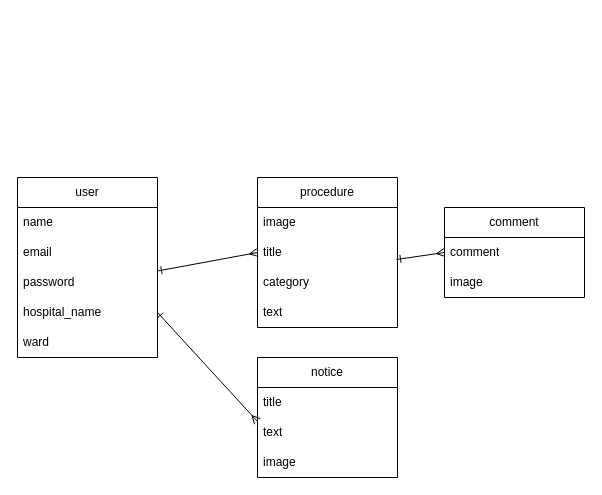
Above: ER.dio in ooooeaa/originalapp (draw.io), before the change. Source tidied: cells renumbered, new cells numbered last; positions are measured from the earlier drawing's top-left corner, leaving out a move shared by most shapes. Both pictures are drawn from the tidied source at 100%, with x=0, y=0 at pixel (17, 177).
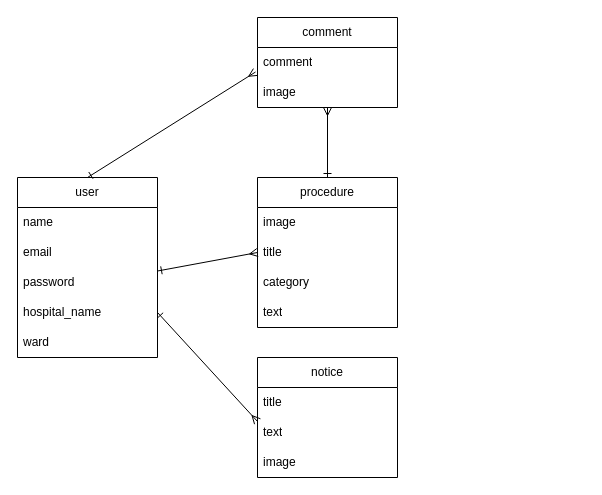
The same diagram, later.

Unchanged cells that the change refers to:
```xml
<mxCell id="2" value="user" style="swimlane;fontStyle=0;horizontal=1;startSize=30;whiteSpace=wrap;html=1;" parent="1" vertex="1">
  <mxGeometry width="140" height="180" as="geometry" />
</mxCell>
<mxCell id="8" value="procedure" style="swimlane;fontStyle=0;horizontal=1;startSize=30;whiteSpace=wrap;html=1;" parent="1" vertex="1">
  <mxGeometry x="240" width="140" height="150" as="geometry" />
</mxCell>
<mxCell id="10" value="title" style="text;strokeColor=none;fillColor=none;align=left;verticalAlign=middle;spacingLeft=4;spacingRight=4;overflow=hidden;points=[[0,0.5],[1,0.5]];portConstraint=eastwest;whiteSpace=wrap;html=1;" parent="8" vertex="1">
  <mxGeometry y="60" width="140" height="30" as="geometry" />
</mxCell>
<mxCell id="18" value="comment" style="text;strokeColor=none;fillColor=none;align=left;verticalAlign=middle;spacingLeft=4;spacingRight=4;overflow=hidden;points=[[0,0.5],[1,0.5]];portConstraint=eastwest;whiteSpace=wrap;html=1;" parent="17" vertex="1">
  <mxGeometry y="30" width="140" height="30" as="geometry" />
</mxCell>
<mxCell id="19" value="image" style="text;strokeColor=none;fillColor=none;align=left;verticalAlign=middle;spacingLeft=4;spacingRight=4;overflow=hidden;points=[[0,0.5],[1,0.5]];portConstraint=eastwest;whiteSpace=wrap;html=1;" parent="17" vertex="1">
  <mxGeometry y="60" width="140" height="30" as="geometry" />
</mxCell>
```

Diff of the diagram source:
```diff
@@
     <mxCell id="17" value="comment" style="swimlane;fontStyle=0;horizontal=1;startSize=30;whiteSpace=wrap;html=1;" parent="1" vertex="1">
-      <mxGeometry x="427" y="30" width="140" height="90" as="geometry" />
+      <mxGeometry x="240" y="-160" width="140" height="90" as="geometry" />
     </mxCell>
@@
-    <mxCell id="20" style="endArrow=ERmany;html=1;exitX=0.993;exitY=0.733;exitDx=0;exitDy=0;exitPerimeter=0;entryX=0;entryY=0.5;entryDx=0;entryDy=0;startArrow=ERone;startFill=0;endFill=0;" parent="1" edge="1" source="10" target="18">
+    <mxCell id="20" style="endArrow=ERmany;html=1;exitX=0.5;exitY=0;exitDx=0;exitDy=0;startArrow=ERone;startFill=0;endFill=0;" parent="1" edge="1" source="8" target="19">
       <mxGeometry relative="1" as="geometry" />
     </mxCell>
@@
+    <mxCell id="23" style="endArrow=ERmany;html=1;exitX=0.5;exitY=0;exitDx=0;exitDy=0;entryX=-0.014;entryY=-0.183;entryDx=0;entryDy=0;startArrow=ERone;startFill=0;endFill=0;entryPerimeter=0;" parent="1" edge="1" source="2" target="19">
+      <mxGeometry relative="1" as="geometry" />
+    </mxCell>
```
